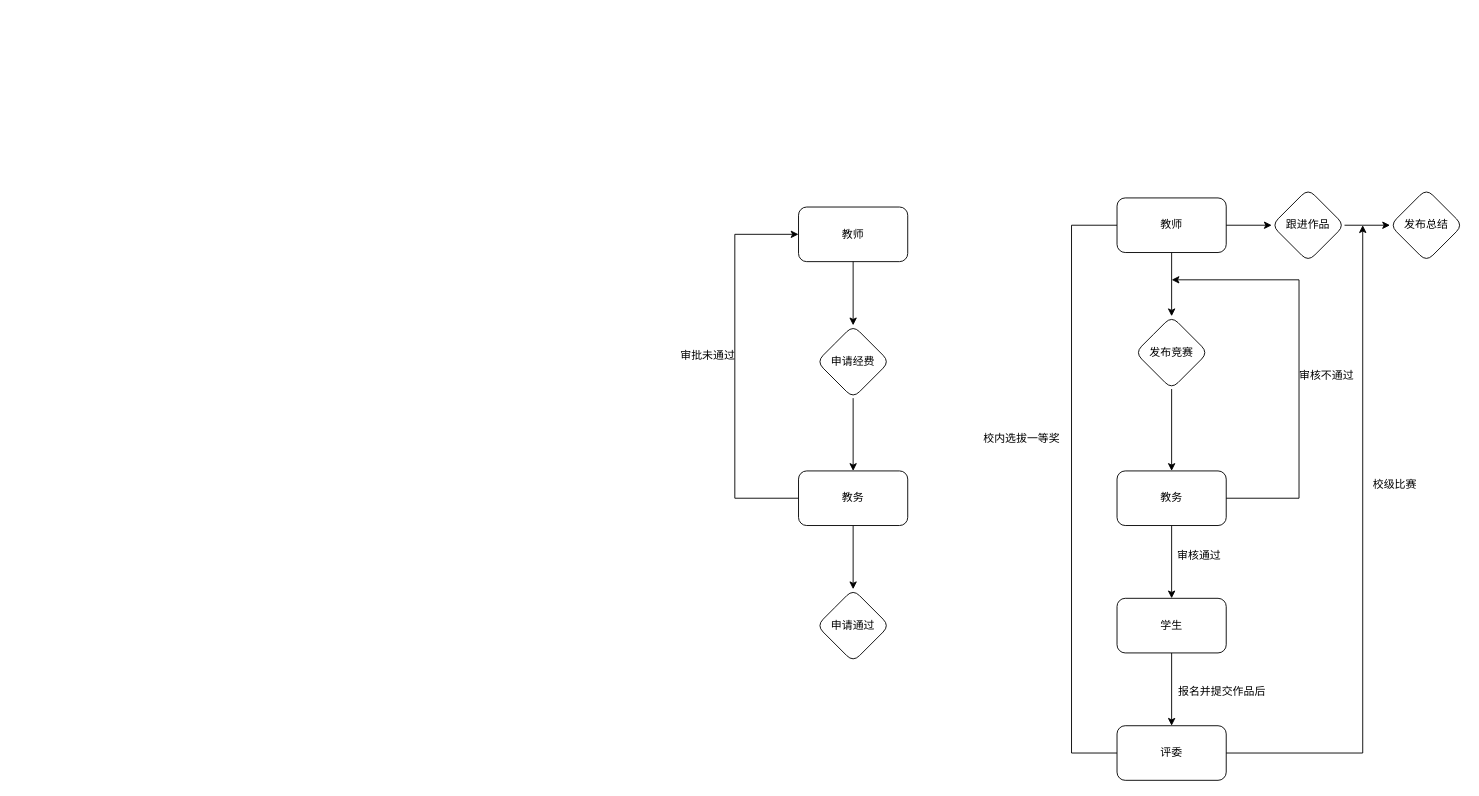
The draw.io diagram teacher.drawio in zhamaolei/javaproject, before the edit. Source tidied: cells renumbered, new cells numbered last; positions are measured from the earlier drawing's top-left corner, leaving out a move shared by most shapes. Both pictures are drawn from the tidied source at 91%, with x=0, y=0 at pixel (671, 188).
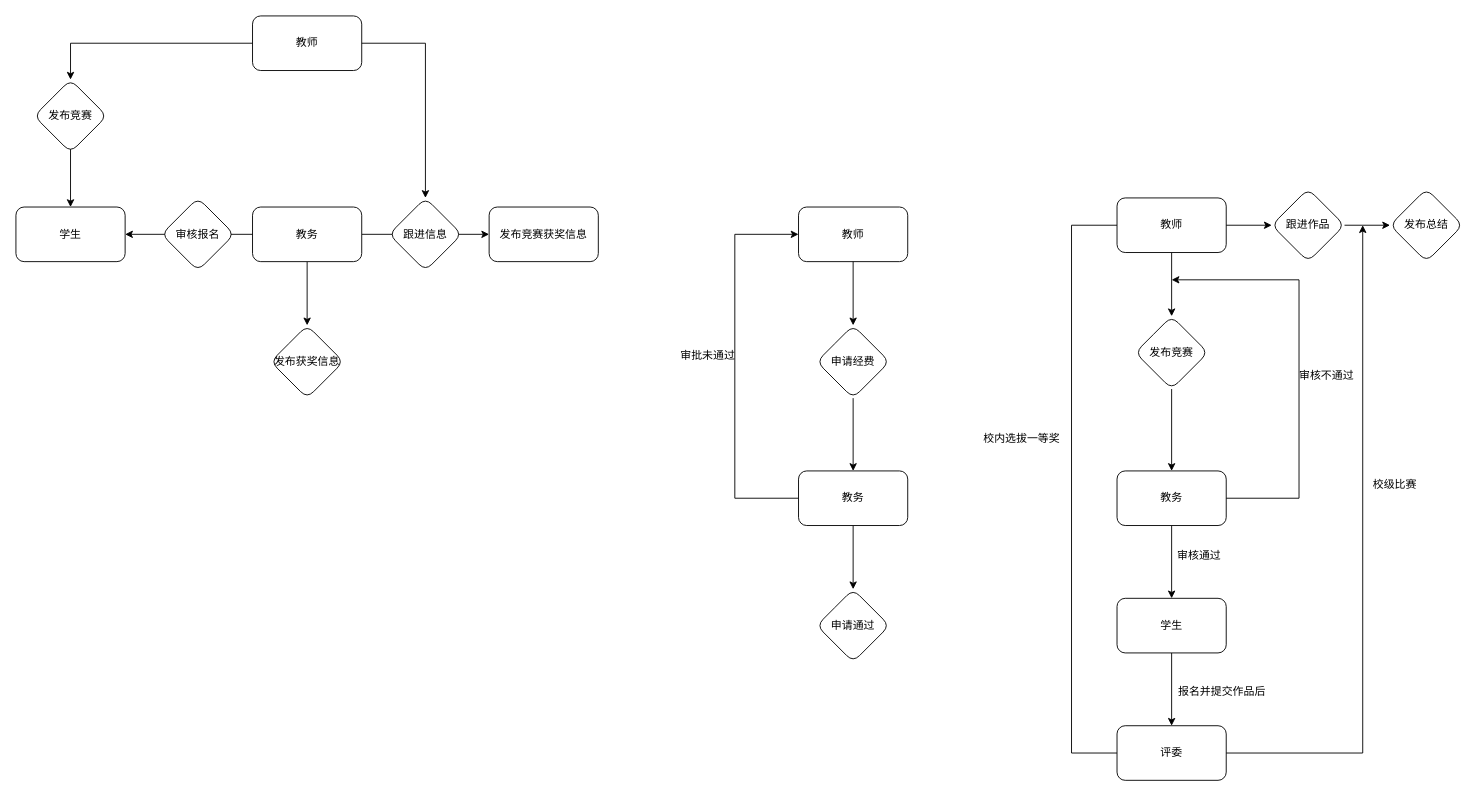
After the change.

What changed in the source:
```diff
@@
+    <mxCell id="32" style="edgeStyle=orthogonalEdgeStyle;rounded=0;jettySize=auto;html=1;" parent="1" edge="1" source="35" target="36">
+      <mxGeometry relative="1" as="geometry" />
+    </mxCell>
+    <mxCell id="33" style="edgeStyle=orthogonalEdgeStyle;rounded=0;jettySize=auto;html=1;" parent="1" edge="1" source="35" target="37">
+      <mxGeometry relative="1" as="geometry" />
+    </mxCell>
+    <mxCell id="34" style="edgeStyle=orthogonalEdgeStyle;rounded=0;jettySize=auto;html=1;exitX=0.5;exitY=0.875;exitDx=0;exitDy=0;exitPerimeter=0;entryX=0.5;entryY=0;entryDx=0;entryDy=0;" parent="1" edge="1" source="41" target="43">
+      <mxGeometry relative="1" as="geometry" />
+    </mxCell>
+    <mxCell id="35" value="教务" style="whiteSpace=wrap;html=1;rounded=1;" parent="1" vertex="1">
+      <mxGeometry x="-460" y="20" width="120" height="60" as="geometry" />
+    </mxCell>
+    <mxCell id="36" value="发布获奖信息" style="rhombus;whiteSpace=wrap;html=1;rounded=1;" parent="1" vertex="1">
+      <mxGeometry x="-440" y="150" width="80" height="80" as="geometry" />
+    </mxCell>
+    <mxCell id="37" value="发布竞赛获奖信息" style="whiteSpace=wrap;html=1;rounded=1;" parent="1" vertex="1">
+      <mxGeometry x="-200" y="20" width="120" height="60" as="geometry" />
+    </mxCell>
+    <mxCell id="38" value="跟进信息" style="rhombus;whiteSpace=wrap;html=1;rounded=1;" parent="1" vertex="1">
+      <mxGeometry x="-310" y="10" width="80" height="80" as="geometry" />
+    </mxCell>
+    <mxCell id="39" value="教师" style="whiteSpace=wrap;html=1;rounded=1;" parent="1" vertex="1">
+      <mxGeometry x="-460" y="-190" width="120" height="60" as="geometry" />
+    </mxCell>
+    <mxCell id="40" style="edgeStyle=orthogonalEdgeStyle;rounded=0;jettySize=auto;html=1;entryX=0.5;entryY=0;entryDx=0;entryDy=0;exitX=0;exitY=0.5;exitDx=0;exitDy=0;" parent="1" edge="1" source="39" target="41">
+      <mxGeometry relative="1" as="geometry" />
+    </mxCell>
+    <mxCell id="41" value="发布竞赛" style="rhombus;whiteSpace=wrap;html=1;rounded=1;" parent="1" vertex="1">
+      <mxGeometry x="-700" y="-120" width="80" height="80" as="geometry" />
+    </mxCell>
+    <mxCell id="42" style="endArrow=classic;html=1;rounded=0;entryX=0.5;entryY=0;entryDx=0;entryDy=0;" parent="1" edge="1" target="38">
+      <mxGeometry relative="1" as="geometry">
+        <mxPoint x="-340" y="-160" as="sourcePoint" />
+        <Array as="points">
+          <mxPoint x="-270" y="-160" />
+        </Array>
+      </mxGeometry>
+    </mxCell>
+    <mxCell id="43" value="学生" style="rounded=1;whiteSpace=wrap;html=1;" parent="1" vertex="1">
+      <mxGeometry x="-720" y="20" width="120" height="60" as="geometry" />
+    </mxCell>
+    <mxCell id="44" style="endArrow=classic;html=1;rounded=0;entryX=1;entryY=0.5;entryDx=0;entryDy=0;exitX=0;exitY=0.5;exitDx=0;exitDy=0;" parent="1" edge="1" source="35" target="43">
+      <mxGeometry relative="1" as="geometry" />
+    </mxCell>
+    <mxCell id="45" value="审核报名" style="rhombus;whiteSpace=wrap;html=1;rounded=1;" parent="1" vertex="1">
+      <mxGeometry x="-560" y="10" width="80" height="80" as="geometry" />
+    </mxCell>
```
